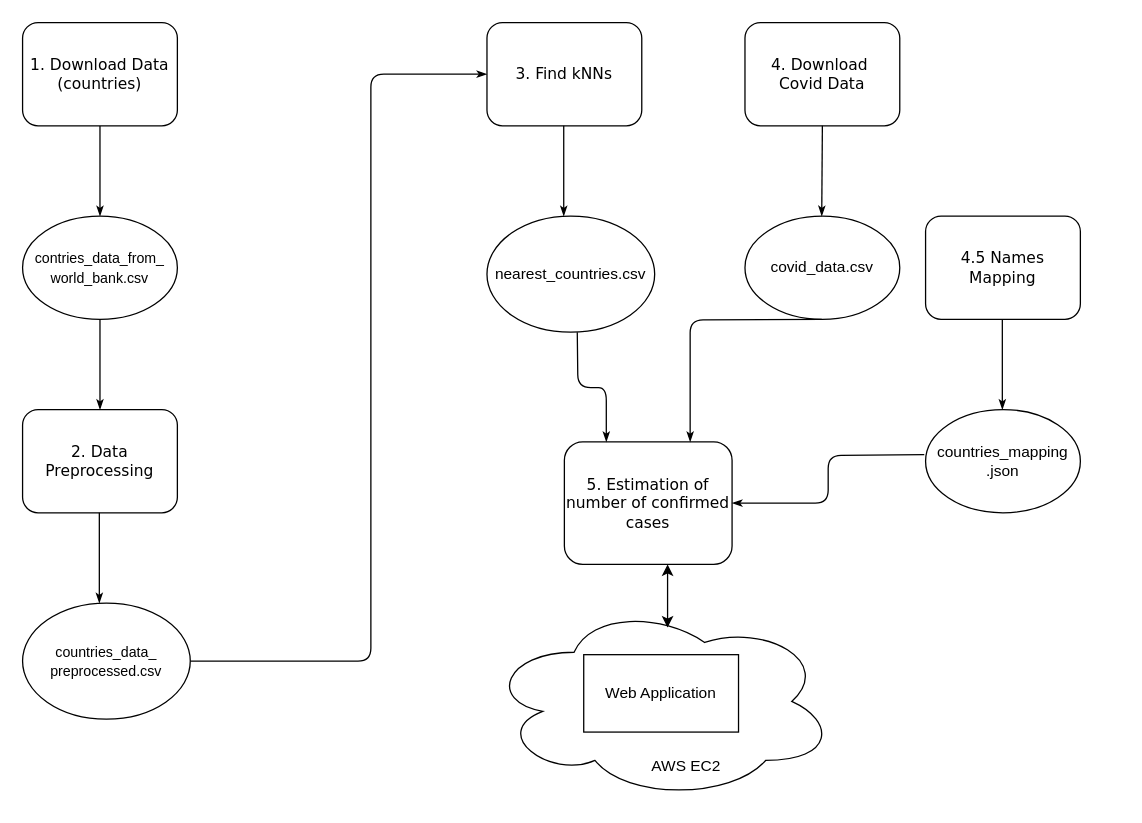
The draw.io diagram architecture.drawio in azat-khatyn/covid-north-korea-challenge, before the edit. Source tidied: cells renumbered, new cells numbered last; positions are measured from the earlier drawing's top-left corner, leaving out a move shared by most shapes. Both pictures are drawn from the tidied source at 129%, with x=0, y=0 at pixel (22, 22).
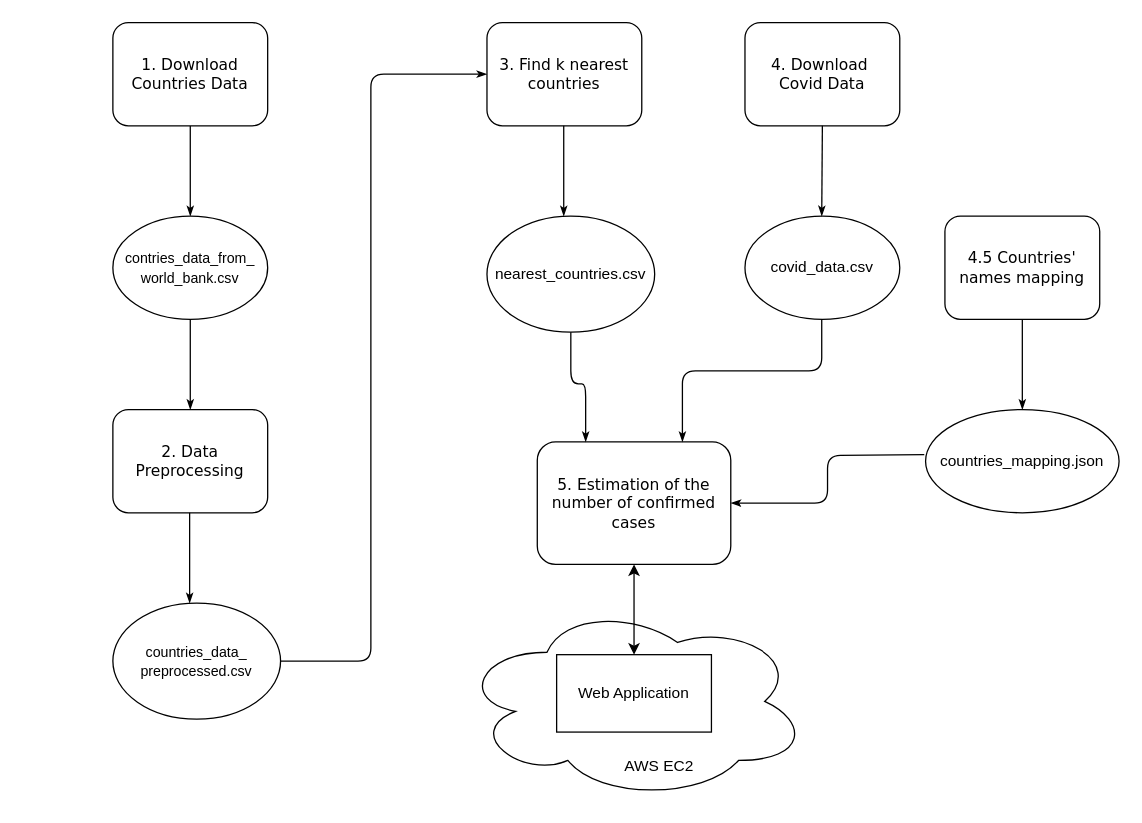
Above is the later version.

Unchanged cells that the change refers to:
```xml
<mxCell id="14" value="&lt;font&gt;&lt;br&gt;nearest_countries.csv&lt;br&gt;&lt;br&gt;&lt;/font&gt;" style="ellipse;whiteSpace=wrap;html=1;" parent="1" vertex="1">
  <mxGeometry x="360" y="150" width="130" height="90" as="geometry" />
</mxCell>
```

What changed in the source:
```diff
@@
     <mxCell id="2" value="&lt;br&gt;&lt;br&gt;&lt;br&gt;&lt;br&gt;&lt;br&gt;&lt;br&gt;&lt;br&gt;&amp;nbsp; &amp;nbsp; &amp;nbsp; &amp;nbsp; &amp;nbsp; &amp;nbsp; AWS EC2" style="ellipse;shape=cloud;whiteSpace=wrap;html=1;" parent="1" vertex="1">
-      <mxGeometry x="360" y="450" width="270" height="152.5" as="geometry" />
+      <mxGeometry x="339" y="450" width="270" height="152.5" as="geometry" />
     </mxCell>
     <mxCell id="3" style="edgeStyle=orthogonalEdgeStyle;rounded=1;html=1;labelBackgroundColor=none;startArrow=none;startFill=0;startSize=5;endArrow=classicThin;endFill=1;endSize=5;jettySize=auto;strokeWidth=1;fontFamily=Verdana;fontSize=8;" parent="1" edge="1" source="4">
       <mxGeometry relative="1" as="geometry">
-        <mxPoint x="60" y="150" as="targetPoint" />
+        <mxPoint x="130" y="150" as="targetPoint" />
       </mxGeometry>
     </mxCell>
-    <mxCell id="4" value="1. Download Data (countries)" style="rounded=1;whiteSpace=wrap;html=1;shadow=0;labelBackgroundColor=none;strokeWidth=1;fontFamily=Verdana;fontSize=12;align=center;" parent="1" vertex="1">
-      <mxGeometry width="120" height="80" as="geometry" />
+    <mxCell id="4" value="1. Download Countries Data" style="rounded=1;whiteSpace=wrap;html=1;shadow=0;labelBackgroundColor=none;strokeWidth=1;fontFamily=Verdana;fontSize=12;align=center;" parent="1" vertex="1">
+      <mxGeometry x="70" width="120" height="80" as="geometry" />
     </mxCell>
@@
     <mxCell id="6" value="2. Data Preprocessing" style="rounded=1;whiteSpace=wrap;html=1;shadow=0;labelBackgroundColor=none;strokeWidth=1;fontFamily=Verdana;fontSize=12;align=center;" parent="1" vertex="1">
-      <mxGeometry y="300" width="120" height="80" as="geometry" />
+      <mxGeometry x="70" y="300" width="120" height="80" as="geometry" />
     </mxCell>
@@
-    <mxCell id="8" value="countries_mapping&lt;br&gt;.json" style="ellipse;whiteSpace=wrap;html=1;" parent="1" vertex="1">
-      <mxGeometry x="700" y="300" width="120" height="80" as="geometry" />
+    <mxCell id="8" value="countries_mapping.json" style="ellipse;whiteSpace=wrap;html=1;" parent="1" vertex="1">
+      <mxGeometry x="700" y="300" width="150" height="80" as="geometry" />
     </mxCell>
     <mxCell id="9" value="&lt;span style=&quot;font-size: 11px&quot;&gt;countries_data_&lt;br&gt;preprocessed.csv&lt;/span&gt;" style="ellipse;whiteSpace=wrap;html=1;" parent="1" vertex="1">
-      <mxGeometry y="450" width="130" height="90" as="geometry" />
+      <mxGeometry x="70" y="450" width="130" height="90" as="geometry" />
     </mxCell>
     <mxCell id="10" value="&lt;font&gt;&lt;br&gt;&lt;span style=&quot;font-size: 11px&quot;&gt;contries_data_from_&lt;br&gt;world_bank.csv&lt;/span&gt;&lt;br&gt;&lt;br&gt;&lt;/font&gt;" style="ellipse;whiteSpace=wrap;html=1;" parent="1" vertex="1">
-      <mxGeometry y="150" width="120" height="80" as="geometry" />
+      <mxGeometry x="70" y="150" width="120" height="80" as="geometry" />
     </mxCell>
     <mxCell id="11" style="edgeStyle=orthogonalEdgeStyle;rounded=1;html=1;labelBackgroundColor=none;startArrow=none;startFill=0;startSize=5;endArrow=classicThin;endFill=1;endSize=5;jettySize=auto;orthogonalLoop=1;strokeWidth=1;fontFamily=Verdana;fontSize=8;exitX=0.5;exitY=1;exitDx=0;exitDy=0;" parent="1" edge="1">
       <mxGeometry relative="1" as="geometry">
-        <mxPoint x="59.5" y="380" as="sourcePoint" />
-        <mxPoint x="59.5" y="450" as="targetPoint" />
+        <mxPoint x="129.5" y="380" as="sourcePoint" />
+        <mxPoint x="129.5" y="450" as="targetPoint" />
       </mxGeometry>
     </mxCell>
-    <mxCell id="12" value="3. Find kNNs" style="rounded=1;whiteSpace=wrap;html=1;shadow=0;labelBackgroundColor=none;strokeWidth=1;fontFamily=Verdana;fontSize=12;align=center;" parent="1" vertex="1">
+    <mxCell id="12" value="3. Find k nearest countries" style="rounded=1;whiteSpace=wrap;html=1;shadow=0;labelBackgroundColor=none;strokeWidth=1;fontFamily=Verdana;fontSize=12;align=center;" parent="1" vertex="1">
       <mxGeometry x="360" width="120" height="80" as="geometry" />
     </mxCell>
@@
-    <mxCell id="16" value="4.5 Names Mapping" style="rounded=1;whiteSpace=wrap;html=1;shadow=0;labelBackgroundColor=none;strokeWidth=1;fontFamily=Verdana;fontSize=12;align=center;" parent="1" vertex="1">
-      <mxGeometry x="700" y="150" width="120" height="80" as="geometry" />
+    <mxCell id="16" value="4.5 Countries' names mapping" style="rounded=1;whiteSpace=wrap;html=1;shadow=0;labelBackgroundColor=none;strokeWidth=1;fontFamily=Verdana;fontSize=12;align=center;" parent="1" vertex="1">
+      <mxGeometry x="715" y="150" width="120" height="80" as="geometry" />
     </mxCell>
-    <mxCell id="17" style="edgeStyle=orthogonalEdgeStyle;rounded=1;html=1;labelBackgroundColor=none;startArrow=none;startFill=0;startSize=5;endArrow=classicThin;endFill=1;endSize=5;jettySize=auto;orthogonalLoop=1;strokeWidth=1;fontFamily=Verdana;fontSize=8;exitX=0.5;exitY=1;exitDx=0;exitDy=0;" parent="1" edge="1">
-      <mxGeometry relative="1" as="geometry">
-        <mxPoint x="759.5" y="230" as="sourcePoint" />
-        <mxPoint x="759.5" y="300" as="targetPoint" />
-      </mxGeometry>
+    <mxCell id="17" style="edgeStyle=orthogonalEdgeStyle;rounded=1;html=1;labelBackgroundColor=none;startArrow=none;startFill=0;startSize=5;endArrow=classicThin;endFill=1;endSize=5;jettySize=auto;strokeWidth=1;fontFamily=Verdana;fontSize=8;exitX=0.5;exitY=1;exitDx=0;exitDy=0;entryX=0.5;entryY=0;entryDx=0;entryDy=0;" parent="1" edge="1" source="16" target="8">
+      <mxGeometry relative="1" as="geometry" />
     </mxCell>
@@
-    <mxCell id="20" value="5. Estimation of number of confirmed cases" style="rounded=1;whiteSpace=wrap;html=1;shadow=0;labelBackgroundColor=none;strokeWidth=1;fontFamily=Verdana;fontSize=12;align=center;" parent="1" vertex="1">
-      <mxGeometry x="420" y="325" width="130" height="95" as="geometry" />
+    <mxCell id="20" value="5. Estimation of the number of confirmed cases" style="rounded=1;whiteSpace=wrap;html=1;shadow=0;labelBackgroundColor=none;strokeWidth=1;fontFamily=Verdana;fontSize=12;align=center;" parent="1" vertex="1">
+      <mxGeometry x="399" y="325" width="150" height="95" as="geometry" />
     </mxCell>
-    <mxCell id="21" style="edgeStyle=orthogonalEdgeStyle;rounded=1;html=1;labelBackgroundColor=none;startArrow=none;startFill=0;startSize=5;endArrow=classicThin;endFill=1;endSize=5;jettySize=auto;strokeWidth=1;fontFamily=Verdana;fontSize=8;entryX=0.25;entryY=0;entryDx=0;entryDy=0;" parent="1" edge="1" target="20">
+    <mxCell id="21" style="edgeStyle=orthogonalEdgeStyle;rounded=1;html=1;labelBackgroundColor=none;startArrow=none;startFill=0;startSize=5;endArrow=classicThin;endFill=1;endSize=5;jettySize=auto;strokeWidth=1;fontFamily=Verdana;fontSize=8;entryX=0.25;entryY=0;entryDx=0;entryDy=0;exitX=0.5;exitY=1;exitDx=0;exitDy=0;" parent="1" edge="1" source="14" target="20">
       <mxGeometry relative="1" as="geometry">
-        <mxPoint x="430" y="240" as="sourcePoint" />
+        <Array as="points">
+          <mxPoint x="425" y="280" />
+          <mxPoint x="437" y="280" />
+        </Array>
       </mxGeometry>
     </mxCell>
     <mxCell id="22" style="edgeStyle=orthogonalEdgeStyle;rounded=1;html=1;labelBackgroundColor=none;startArrow=none;startFill=0;startSize=5;endArrow=classicThin;endFill=1;endSize=5;jettySize=auto;strokeWidth=1;fontFamily=Verdana;fontSize=8;entryX=0.75;entryY=0;entryDx=0;entryDy=0;" parent="1" edge="1" target="20">
       <mxGeometry relative="1" as="geometry">
         <mxPoint x="619.5" y="230" as="sourcePoint" />
+        <Array as="points">
+          <mxPoint x="620" y="270" />
+          <mxPoint x="512" y="270" />
+        </Array>
       </mxGeometry>
     </mxCell>
@@
     <mxCell id="24" value="Web Application" style="rounded=0;whiteSpace=wrap;html=1;" parent="1" vertex="1">
-      <mxGeometry x="435" y="490" width="120" height="60" as="geometry" />
+      <mxGeometry x="414" y="490" width="120" height="60" as="geometry" />
     </mxCell>
-    <mxCell id="25" style="endArrow=classic;startArrow=classic;html=1;" parent="1" edge="1">
-      <mxGeometry relative="1" as="geometry">
-        <mxPoint x="500" y="469" as="sourcePoint" />
-        <mxPoint x="500" y="420" as="targetPoint" />
-      </mxGeometry>
+    <mxCell id="25" style="endArrow=classic;startArrow=classic;html=1;entryX=0.5;entryY=1;entryDx=0;entryDy=0;exitX=0.5;exitY=0;exitDx=0;exitDy=0;" parent="1" edge="1" source="24" target="20">
+      <mxGeometry relative="1" as="geometry" />
     </mxCell>
```
